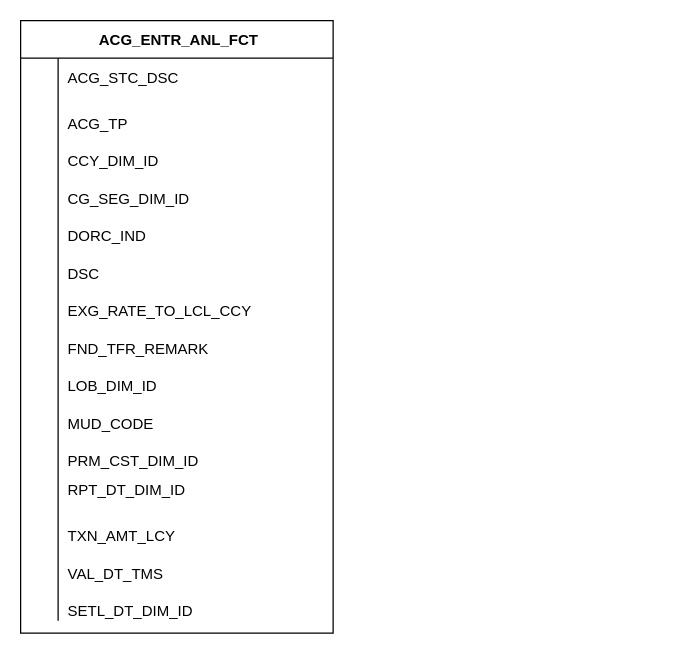
ddv245/applied-data-science-cap-stone keeps this draw.io diagram as Untitled Diagram.drawio. Above is the earlier version. Source tidied: cells renumbered, new cells numbered last; positions are measured from the earlier drawing's top-left corner, leaving out a move shared by most shapes. Both pictures are drawn from the tidied source at 125%, with x=0, y=0 at pixel (20, 20).
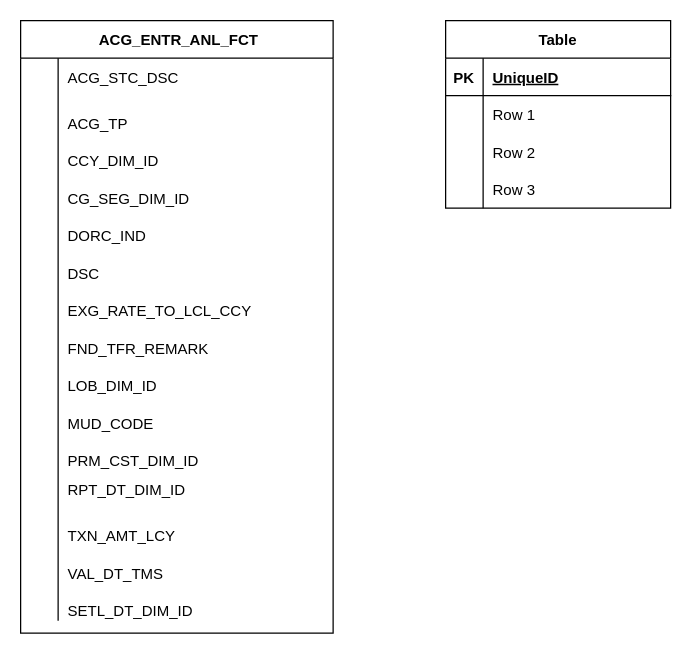
After the change.

What changed in the source:
```diff
@@
+    <mxCell id="48" value="Table" style="shape=table;startSize=30;childLayout=tableLayout;rowLines=0;fontStyle=1;align=center;strokeColor=default;fontFamily=Helvetica;fontSize=12;fontColor=default;fillColor=none;" parent="1" vertex="1">
+      <mxGeometry x="340" width="180" height="150" as="geometry" />
+    </mxCell>
+    <mxCell id="49" style="shape=tableRow;horizontal=0;startSize=0;swimlaneHead=0;swimlaneBody=0;fillColor=none;top=0;left=0;right=0;bottom=1;strokeColor=default;fontFamily=Helvetica;fontSize=12;fontColor=default;" parent="48" vertex="1">
+      <mxGeometry y="30" width="180" height="30" as="geometry" />
+    </mxCell>
+    <mxCell id="50" value="PK" style="shape=partialRectangle;fillColor=none;top=0;left=0;bottom=0;right=0;fontStyle=1;overflow=hidden;strokeColor=default;fontFamily=Helvetica;fontSize=12;fontColor=default;" parent="49" vertex="1">
+      <mxGeometry width="30" height="30" as="geometry" />
+    </mxCell>
+    <mxCell id="51" value="UniqueID" style="shape=partialRectangle;fillColor=none;top=0;left=0;bottom=0;right=0;align=left;spacingLeft=6;fontStyle=5;overflow=hidden;strokeColor=default;fontFamily=Helvetica;fontSize=12;fontColor=default;" parent="49" vertex="1">
+      <mxGeometry x="30" width="150" height="30" as="geometry" />
+    </mxCell>
+    <mxCell id="52" style="shape=tableRow;horizontal=0;startSize=0;swimlaneHead=0;swimlaneBody=0;fillColor=none;top=0;left=0;right=0;bottom=0;strokeColor=default;fontFamily=Helvetica;fontSize=12;fontColor=default;" parent="48" vertex="1">
+      <mxGeometry y="60" width="180" height="30" as="geometry" />
+    </mxCell>
+    <mxCell id="53" style="shape=partialRectangle;fillColor=none;top=0;left=0;bottom=0;right=0;overflow=hidden;strokeColor=default;fontFamily=Helvetica;fontSize=12;fontColor=default;" parent="52" vertex="1">
+      <mxGeometry width="30" height="30" as="geometry" />
+    </mxCell>
+    <mxCell id="54" value="Row 1" style="shape=partialRectangle;fillColor=none;top=0;left=0;bottom=0;right=0;align=left;spacingLeft=6;overflow=hidden;strokeColor=default;fontFamily=Helvetica;fontSize=12;fontColor=default;" parent="52" vertex="1">
+      <mxGeometry x="30" width="150" height="30" as="geometry" />
+    </mxCell>
+    <mxCell id="55" style="shape=tableRow;horizontal=0;startSize=0;swimlaneHead=0;swimlaneBody=0;fillColor=none;top=0;left=0;right=0;bottom=0;strokeColor=default;fontFamily=Helvetica;fontSize=12;fontColor=default;" parent="48" vertex="1">
+      <mxGeometry y="90" width="180" height="30" as="geometry" />
+    </mxCell>
+    <mxCell id="56" style="shape=partialRectangle;fillColor=none;top=0;left=0;bottom=0;right=0;overflow=hidden;strokeColor=default;fontFamily=Helvetica;fontSize=12;fontColor=default;" parent="55" vertex="1">
+      <mxGeometry width="30" height="30" as="geometry" />
+    </mxCell>
+    <mxCell id="57" value="Row 2" style="shape=partialRectangle;fillColor=none;top=0;left=0;bottom=0;right=0;align=left;spacingLeft=6;overflow=hidden;strokeColor=default;fontFamily=Helvetica;fontSize=12;fontColor=default;" parent="55" vertex="1">
+      <mxGeometry x="30" width="150" height="30" as="geometry" />
+    </mxCell>
+    <mxCell id="58" style="shape=tableRow;horizontal=0;startSize=0;swimlaneHead=0;swimlaneBody=0;fillColor=none;top=0;left=0;right=0;bottom=0;strokeColor=default;fontFamily=Helvetica;fontSize=12;fontColor=default;" parent="48" vertex="1">
+      <mxGeometry y="120" width="180" height="30" as="geometry" />
+    </mxCell>
+    <mxCell id="59" style="shape=partialRectangle;fillColor=none;top=0;left=0;bottom=0;right=0;overflow=hidden;strokeColor=default;fontFamily=Helvetica;fontSize=12;fontColor=default;" parent="58" vertex="1">
+      <mxGeometry width="30" height="30" as="geometry" />
+    </mxCell>
+    <mxCell id="60" value="Row 3" style="shape=partialRectangle;fillColor=none;top=0;left=0;bottom=0;right=0;align=left;spacingLeft=6;overflow=hidden;strokeColor=default;fontFamily=Helvetica;fontSize=12;fontColor=default;" parent="58" vertex="1">
+      <mxGeometry x="30" width="150" height="30" as="geometry" />
+    </mxCell>
```
